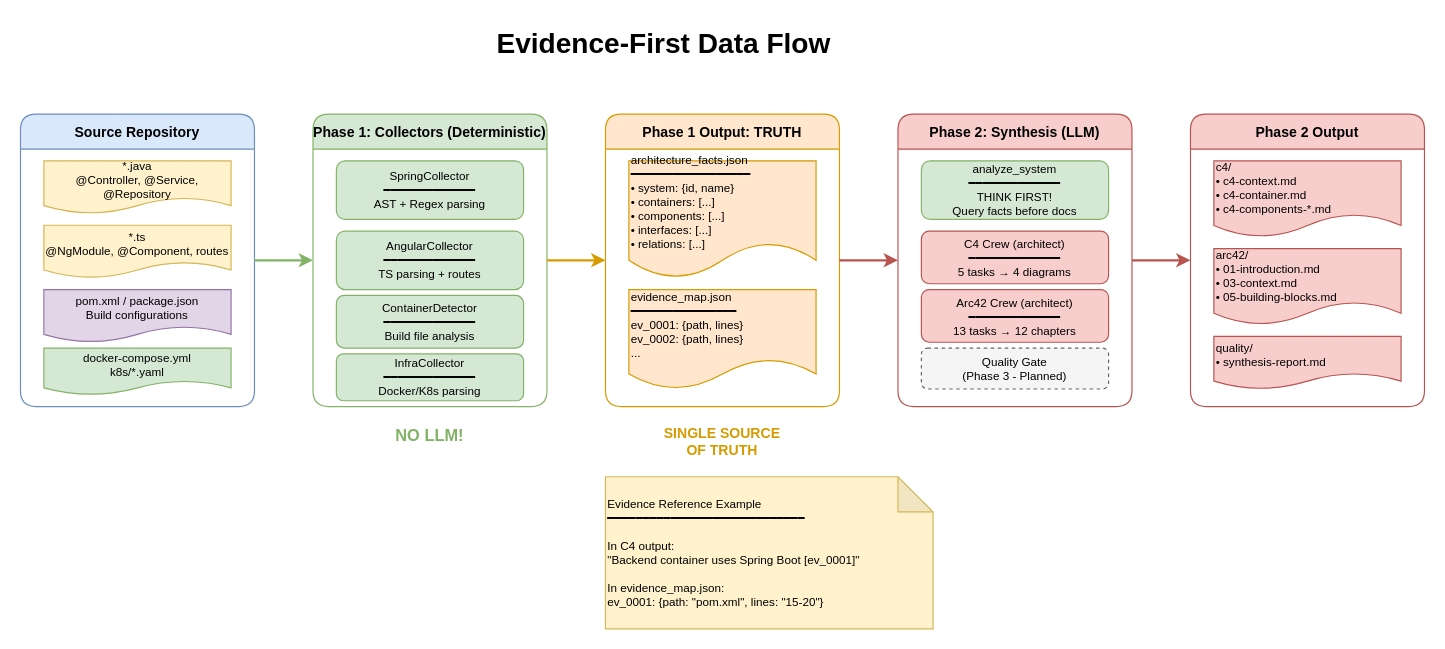
Earlier version of the draw.io diagram docs/diagrams/evidence-flow.drawio (aymenmastouri/aicodegencrew). Source tidied: cells renumbered, new cells numbered last; positions are measured from the earlier drawing's top-left corner, leaving out a move shared by most shapes. Both pictures are drawn from the tidied source at 117%, with x=0, y=0 at pixel (20, 20).
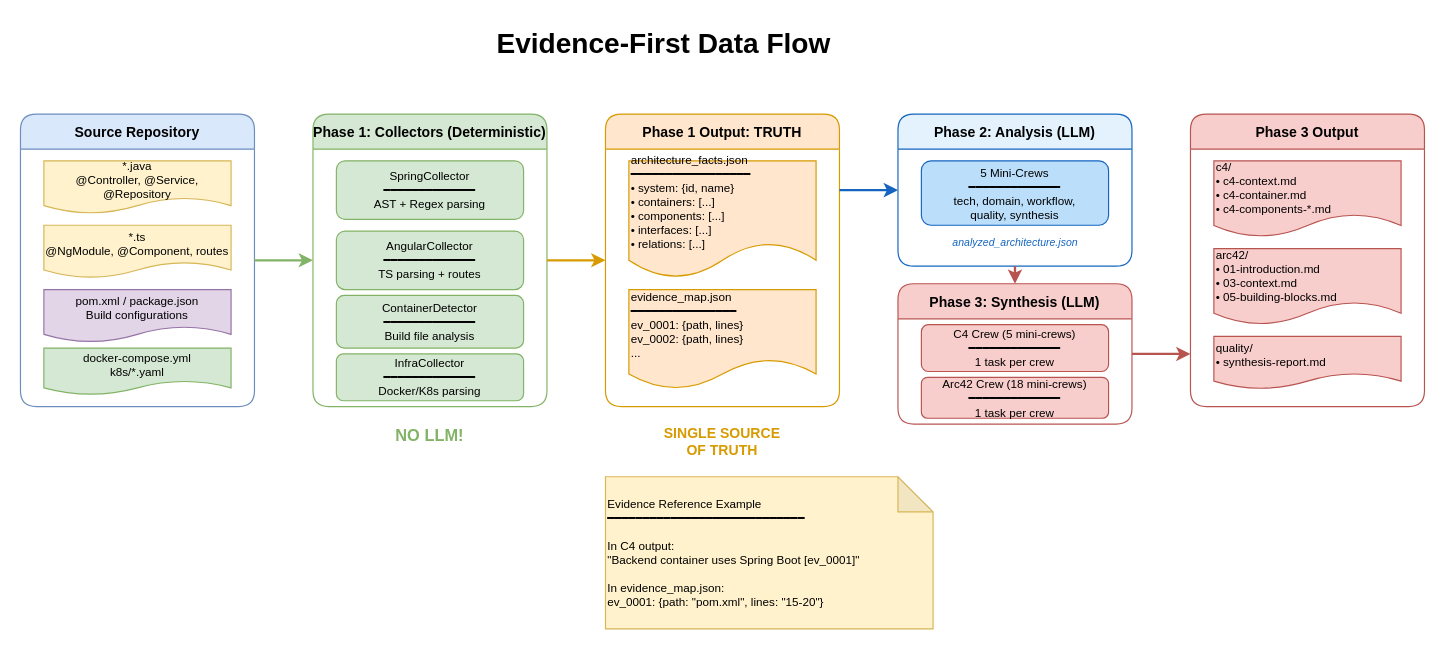
After the change.

What changed in the source:
```diff
@@
+    <mxCell id="32" value="Phase 2: Analysis (LLM)" style="swimlane;horizontal=1;startSize=30;fillColor=#e3f2fd;strokeColor=#1565c0;rounded=1;" parent="1" vertex="1">
+      <mxGeometry x="750" y="80" width="200" height="130" as="geometry" />
+    </mxCell>
+    <mxCell id="33" value="5 Mini-Crews&#10;━━━━━━━━━━━━━&#10;tech, domain, workflow,&#10;quality, synthesis" style="rounded=1;whiteSpace=wrap;html=1;fillColor=#bbdefb;strokeColor=#1565c0;fontSize=10;" parent="32" vertex="1">
+      <mxGeometry x="20" y="40" width="160" height="55" as="geometry" />
+    </mxCell>
+    <mxCell id="34" value="analyzed_architecture.json" style="text;html=1;strokeColor=none;fillColor=none;align=center;verticalAlign=middle;fontSize=9;fontStyle=2;fontColor=#1565c0;" parent="32" vertex="1">
+      <mxGeometry x="20" y="100" width="160" height="20" as="geometry" />
+    </mxCell>
-    <mxCell id="16" value="Phase 2: Synthesis (LLM)" style="swimlane;horizontal=1;startSize=30;fillColor=#f8cecc;strokeColor=#b85450;rounded=1;" parent="1" vertex="1">
-      <mxGeometry x="750" y="80" width="200" height="250" as="geometry" />
+    <mxCell id="16" value="Phase 3: Synthesis (LLM)" style="swimlane;horizontal=1;startSize=30;fillColor=#f8cecc;strokeColor=#b85450;rounded=1;" parent="1" vertex="1">
+      <mxGeometry x="750" y="225" width="200" height="120" as="geometry" />
     </mxCell>
-    <mxCell id="17" value="analyze_system&#10;━━━━━━━━━━━━━&#10;THINK FIRST!&#10;Query facts before docs" style="rounded=1;whiteSpace=wrap;html=1;fillColor=#d5e8d4;strokeColor=#82b366;fontSize=10;" parent="16" vertex="1">
-      <mxGeometry x="20" y="40" width="160" height="50" as="geometry" />
-    </mxCell>
-    <mxCell id="18" value="C4 Crew (architect)&#10;━━━━━━━━━━━━━&#10;5 tasks → 4 diagrams" style="rounded=1;whiteSpace=wrap;html=1;fillColor=#f8cecc;strokeColor=#b85450;fontSize=10;" parent="16" vertex="1">
-      <mxGeometry x="20" y="100" width="160" height="45" as="geometry" />
+    <mxCell id="18" value="C4 Crew (5 mini-crews)&#10;━━━━━━━━━━━━━&#10;1 task per crew" style="rounded=1;whiteSpace=wrap;html=1;fillColor=#f8cecc;strokeColor=#b85450;fontSize=10;" parent="16" vertex="1">
+      <mxGeometry x="20" y="35" width="160" height="40" as="geometry" />
     </mxCell>
-    <mxCell id="19" value="Arc42 Crew (architect)&#10;━━━━━━━━━━━━━&#10;13 tasks → 12 chapters" style="rounded=1;whiteSpace=wrap;html=1;fillColor=#f8cecc;strokeColor=#b85450;fontSize=10;" parent="16" vertex="1">
-      <mxGeometry x="20" y="150" width="160" height="45" as="geometry" />
+    <mxCell id="19" value="Arc42 Crew (18 mini-crews)&#10;━━━━━━━━━━━━━&#10;1 task per crew" style="rounded=1;whiteSpace=wrap;html=1;fillColor=#f8cecc;strokeColor=#b85450;fontSize=10;" parent="16" vertex="1">
+      <mxGeometry x="20" y="80" width="160" height="35" as="geometry" />
     </mxCell>
-    <mxCell id="20" value="Quality Gate&#10;(Phase 3 - Planned)" style="rounded=1;whiteSpace=wrap;html=1;fillColor=#f5f5f5;strokeColor=#666666;fontSize=10;dashed=1;" parent="16" vertex="1">
-      <mxGeometry x="20" y="200" width="160" height="35" as="geometry" />
-    </mxCell>
-    <mxCell id="21" value="Phase 2 Output" style="swimlane;horizontal=1;startSize=30;fillColor=#f8cecc;strokeColor=#b85450;rounded=1;" parent="1" vertex="1">
+    <mxCell id="21" value="Phase 3 Output" style="swimlane;horizontal=1;startSize=30;fillColor=#f8cecc;strokeColor=#b85450;rounded=1;" parent="1" vertex="1">
       <mxGeometry x="1000" y="80" width="200" height="250" as="geometry" />
     </mxCell>
@@
-    <mxCell id="27" style="endArrow=classic;html=1;strokeWidth=2;fillColor=#f8cecc;strokeColor=#b85450;" parent="1" edge="1">
+    <mxCell id="27" style="endArrow=classic;html=1;strokeWidth=2;fillColor=#e3f2fd;strokeColor=#1565c0;" parent="1" edge="1">
       <mxGeometry relative="1" as="geometry">
-        <mxPoint x="700" y="205" as="sourcePoint" />
-        <mxPoint x="750" y="205" as="targetPoint" />
+        <mxPoint x="700" y="145" as="sourcePoint" />
+        <mxPoint x="750" y="145" as="targetPoint" />
       </mxGeometry>
     </mxCell>
-    <mxCell id="28" style="endArrow=classic;html=1;strokeWidth=2;fillColor=#f8cecc;strokeColor=#b85450;" parent="1" edge="1">
-      <mxGeometry relative="1" as="geometry">
-        <mxPoint x="950" y="205" as="sourcePoint" />
-        <mxPoint x="1000" y="205" as="targetPoint" />
-      </mxGeometry>
-    </mxCell>
+    <mxCell id="35" style="endArrow=classic;html=1;strokeWidth=2;fillColor=#f8cecc;strokeColor=#b85450;" parent="1" edge="1">
+      <mxGeometry relative="1" as="geometry">
+        <mxPoint x="950" y="285" as="sourcePoint" />
+        <mxPoint x="1000" y="285" as="targetPoint" />
+      </mxGeometry>
+    </mxCell>
+    <mxCell id="36" style="endArrow=classic;html=1;strokeWidth=2;fillColor=#f8cecc;strokeColor=#b85450;" parent="1" edge="1">
+      <mxGeometry relative="1" as="geometry">
+        <mxPoint x="850" y="210" as="sourcePoint" />
+        <mxPoint x="850" y="225" as="targetPoint" />
+      </mxGeometry>
+    </mxCell>
```
